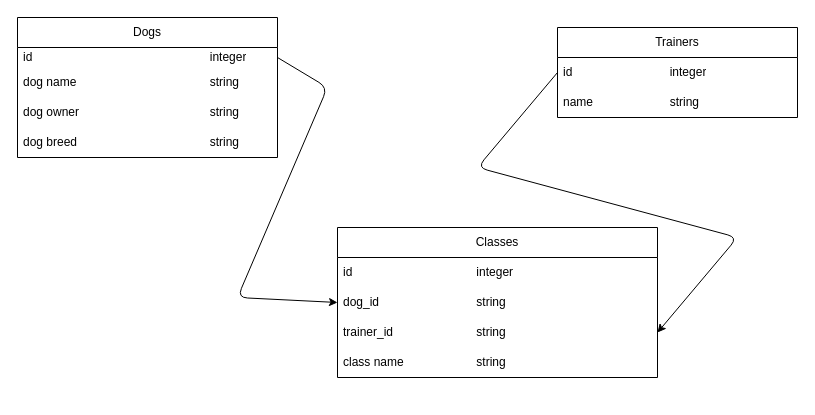
This is *.drawio from knowicki024/dog-trainers-app, a draw.io file, before an edit. Source tidied: cells renumbered, new cells numbered last; positions are measured from the earlier drawing's top-left corner, leaving out a move shared by most shapes. Both pictures are drawn from the tidied source at 100%, with x=0, y=0 at pixel (17, 17).
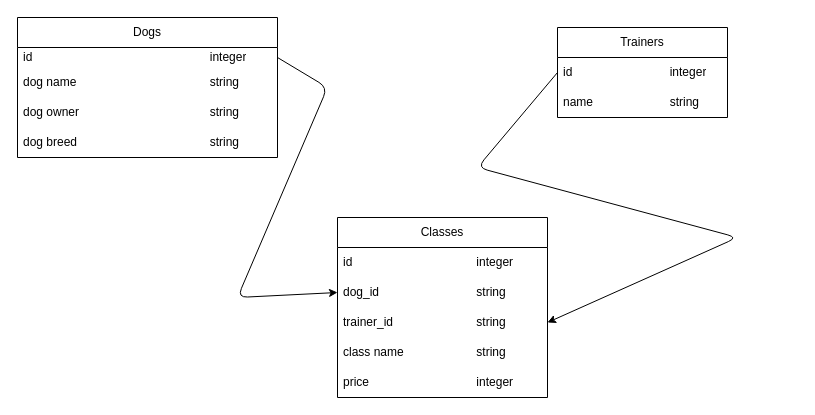
The same page after the edit.

Commit message (it also covers changes not shown here):
added price to classes table

Diff of the diagram source:
```diff
@@
     <mxCell id="7" value="Classes" style="swimlane;fontStyle=0;horizontal=1;startSize=30;whiteSpace=wrap;html=1;" parent="1" vertex="1">
-      <mxGeometry x="320" y="210" width="320" height="150" as="geometry" />
+      <mxGeometry x="320" y="200" width="210" height="180" as="geometry" />
     </mxCell>
     <mxCell id="8" value="id&lt;span style=&quot;white-space: pre;&quot;&gt;&#9;&lt;/span&gt;&lt;span style=&quot;white-space: pre;&quot;&gt;&#9;&lt;/span&gt;&lt;span style=&quot;white-space: pre;&quot;&gt;&#9;&lt;/span&gt;&lt;span style=&quot;white-space: pre;&quot;&gt;&#9;&lt;/span&gt;&lt;span style=&quot;white-space: pre;&quot;&gt;&#9;&lt;/span&gt;integer" style="text;strokeColor=none;fillColor=none;align=left;verticalAlign=middle;spacingLeft=4;spacingRight=4;overflow=hidden;whiteSpace=wrap;html=1;" parent="7" vertex="1">
-      <mxGeometry y="30" width="320" height="30" as="geometry" />
+      <mxGeometry y="30" width="210" height="30" as="geometry" />
     </mxCell>
     <mxCell id="9" value="dog_id&lt;span style=&quot;white-space: pre;&quot;&gt;&#9;&lt;/span&gt;&lt;span style=&quot;white-space: pre;&quot;&gt;&#9;&lt;/span&gt;&lt;span style=&quot;white-space: pre;&quot;&gt;&#9;&lt;/span&gt;&lt;span style=&quot;white-space: pre;&quot;&gt;&#9;&lt;/span&gt;string" style="text;strokeColor=none;fillColor=none;align=left;verticalAlign=middle;spacingLeft=4;spacingRight=4;overflow=hidden;points=[[0,0.5],[1,0.5]];portConstraint=eastwest;whiteSpace=wrap;html=1;" parent="7" vertex="1">
-      <mxGeometry y="60" width="320" height="30" as="geometry" />
+      <mxGeometry y="60" width="210" height="30" as="geometry" />
     </mxCell>
     <mxCell id="10" value="trainer_id&lt;span style=&quot;white-space: pre;&quot;&gt;&#9;&lt;/span&gt;&lt;span style=&quot;white-space: pre;&quot;&gt;&#9;&lt;/span&gt;&lt;span style=&quot;white-space: pre;&quot;&gt;&#9;&lt;/span&gt;&lt;span style=&quot;white-space: pre;&quot;&gt;&#9;&lt;/span&gt;string" style="text;strokeColor=none;fillColor=none;align=left;verticalAlign=middle;spacingLeft=4;spacingRight=4;overflow=hidden;points=[[0,0.5],[1,0.5]];portConstraint=eastwest;whiteSpace=wrap;html=1;" parent="7" vertex="1">
-      <mxGeometry y="90" width="320" height="30" as="geometry" />
+      <mxGeometry y="90" width="210" height="30" as="geometry" />
     </mxCell>
     <mxCell id="11" value="class name&lt;span style=&quot;white-space: pre;&quot;&gt;&#9;&lt;/span&gt;&lt;span style=&quot;white-space: pre;&quot;&gt;&#9;&lt;/span&gt;&lt;span style=&quot;white-space: pre;&quot;&gt;&#9;&lt;/span&gt;string" style="text;strokeColor=none;fillColor=none;align=left;verticalAlign=middle;spacingLeft=4;spacingRight=4;overflow=hidden;whiteSpace=wrap;html=1;" parent="7" vertex="1">
-      <mxGeometry y="120" width="320" height="30" as="geometry" />
+      <mxGeometry y="120" width="210" height="30" as="geometry" />
     </mxCell>
+    <mxCell id="17" value="price&lt;span style=&quot;white-space: pre;&quot;&gt;&#9;&lt;/span&gt;&lt;span style=&quot;white-space: pre;&quot;&gt;&#9;&lt;/span&gt;&lt;span style=&quot;white-space: pre;&quot;&gt;&#9;&lt;/span&gt;&lt;span style=&quot;white-space: pre;&quot;&gt;&#9;&lt;/span&gt;integer" style="text;strokeColor=none;fillColor=none;align=left;verticalAlign=middle;spacingLeft=4;spacingRight=4;overflow=hidden;whiteSpace=wrap;html=1;" parent="7" vertex="1">
+      <mxGeometry y="150" width="210" height="30" as="geometry" />
+    </mxCell>
     <mxCell id="12" value="Trainers" style="swimlane;fontStyle=0;horizontal=1;startSize=30;whiteSpace=wrap;html=1;" parent="1" vertex="1">
-      <mxGeometry x="540" y="10" width="240" height="90" as="geometry" />
+      <mxGeometry x="540" y="10" width="170" height="90" as="geometry" />
     </mxCell>
     <mxCell id="13" value="id&lt;span style=&quot;white-space: pre;&quot;&gt;&#9;&lt;/span&gt;&lt;span style=&quot;white-space: pre;&quot;&gt;&#9;&lt;/span&gt;&lt;span style=&quot;white-space: pre;&quot;&gt;&#9;&lt;/span&gt;&lt;span style=&quot;white-space: pre;&quot;&gt;&#9;&lt;/span&gt;integer" style="text;strokeColor=none;fillColor=none;align=left;verticalAlign=middle;spacingLeft=4;spacingRight=4;overflow=hidden;points=[[0,0.5],[1,0.5]];portConstraint=eastwest;whiteSpace=wrap;html=1;" parent="12" vertex="1">
-      <mxGeometry y="30" width="240" height="30" as="geometry" />
+      <mxGeometry y="30" width="170" height="30" as="geometry" />
     </mxCell>
     <mxCell id="14" value="name&amp;nbsp;&lt;span style=&quot;white-space: pre;&quot;&gt;&#9;&lt;/span&gt;&lt;span style=&quot;white-space: pre;&quot;&gt;&#9;&lt;/span&gt;&lt;span style=&quot;white-space: pre;&quot;&gt;&#9;&lt;/span&gt;string" style="text;strokeColor=none;fillColor=none;align=left;verticalAlign=middle;spacingLeft=4;spacingRight=4;overflow=hidden;whiteSpace=wrap;html=1;" parent="12" vertex="1">
-      <mxGeometry y="60" width="240" height="30" as="geometry" />
+      <mxGeometry y="60" width="170" height="30" as="geometry" />
     </mxCell>
```
